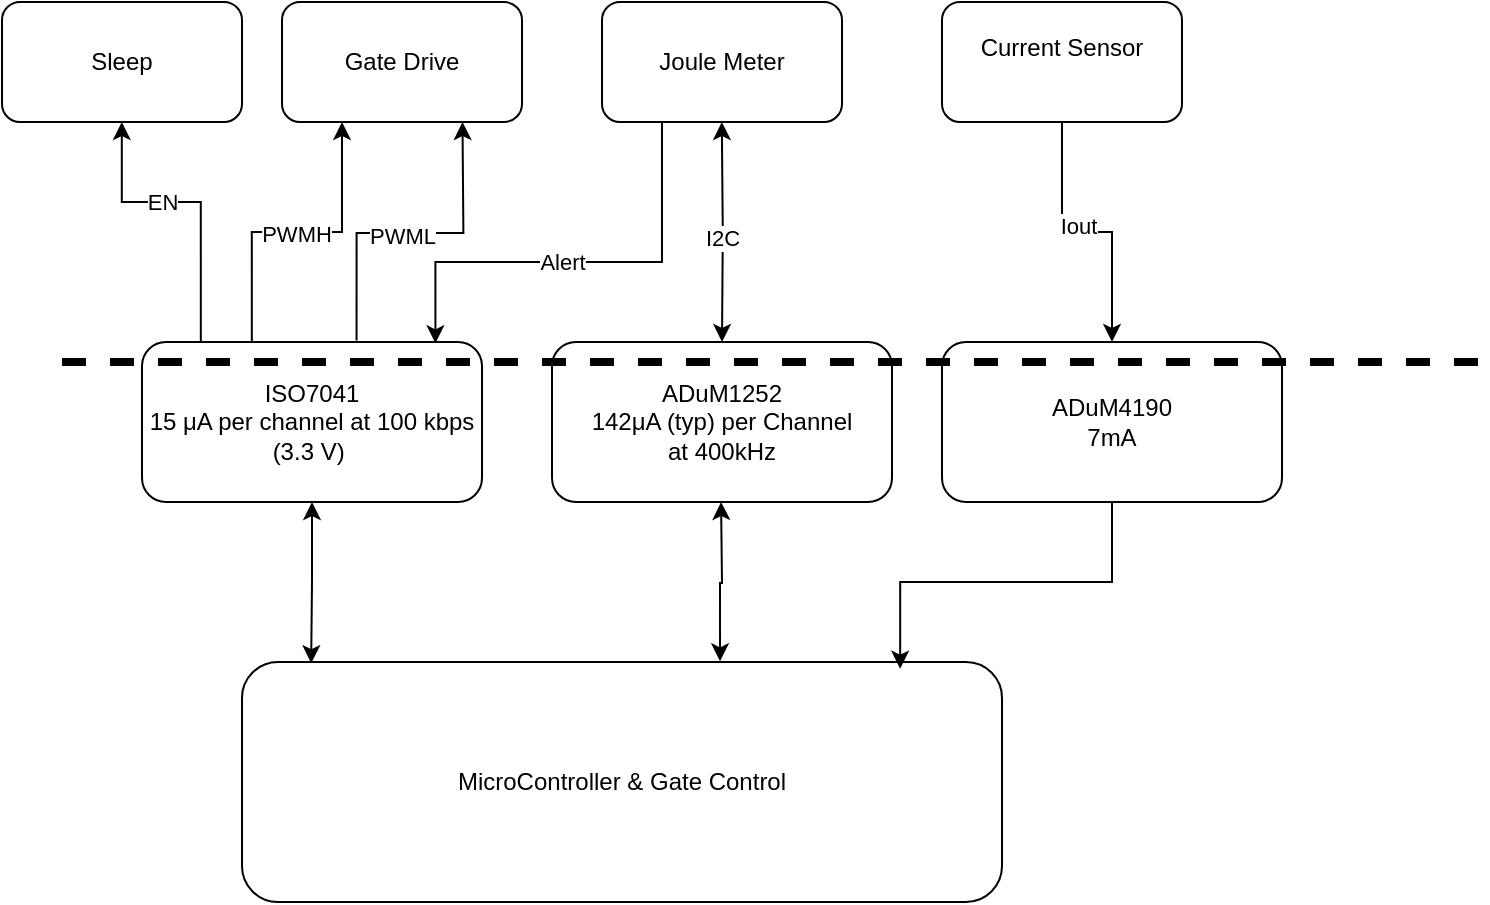
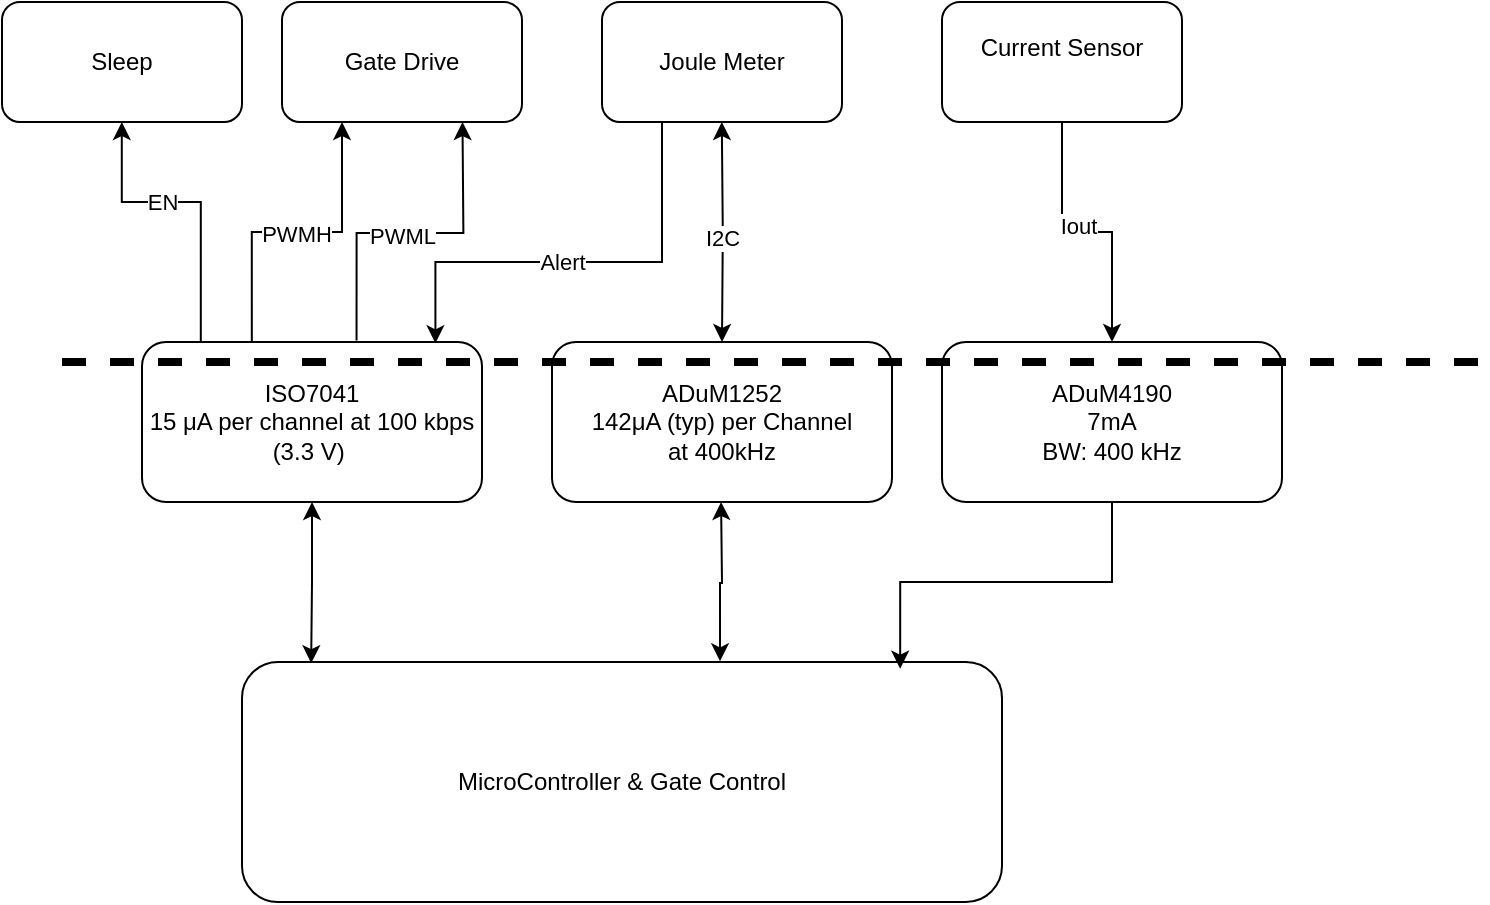
- <mxfile host="Electron" agent="Mozilla/5.0 (Windows NT 10.0; Win64; x64) AppleWebKit/537.36 (KHTML, like Gecko) draw.io/28.2.8 Chrome/140.0.7339.240 Electron/38.4.0 Safari/537.36" version="28.2.8">
+ <mxfile host="Electron" agent="Mozilla/5.0 (Windows NT 10.0; Win64; x64) AppleWebKit/537.36 (KHTML, like Gecko) draw.io/27.0.9 Chrome/134.0.6998.205 Electron/35.4.0 Safari/537.36" version="27.0.9">
  <diagram name="Page-1" id="d5h94j7oxQUs26A81DKD">
-     <mxGraphModel dx="1188" dy="736" grid="1" gridSize="10" guides="1" tooltips="1" connect="1" arrows="1" fold="1" page="1" pageScale="1" pageWidth="827" pageHeight="1169" math="0" shadow="0">
+     <mxGraphModel dx="1426" dy="841" grid="1" gridSize="10" guides="1" tooltips="1" connect="1" arrows="1" fold="1" page="1" pageScale="1" pageWidth="827" pageHeight="1169" math="0" shadow="0">
      <root>
        <mxCell id="0" />
        <mxCell id="1" parent="0" />
-         <mxCell id="Bap70pfjqkTkLz9fhn7Z-5" style="edgeStyle=orthogonalEdgeStyle;rounded=0;orthogonalLoop=1;jettySize=auto;html=1;exitX=0.25;exitY=1;exitDx=0;exitDy=0;startArrow=classic;startFill=1;endArrow=none;endFill=0;entryX=0.323;entryY=0.025;entryDx=0;entryDy=0;entryPerimeter=0;" edge="1" parent="1" source="Bap70pfjqkTkLz9fhn7Z-1" target="Bap70pfjqkTkLz9fhn7Z-16">
+         <mxCell id="Bap70pfjqkTkLz9fhn7Z-5" style="edgeStyle=orthogonalEdgeStyle;rounded=0;orthogonalLoop=1;jettySize=auto;html=1;exitX=0.25;exitY=1;exitDx=0;exitDy=0;startArrow=classic;startFill=1;endArrow=none;endFill=0;entryX=0.323;entryY=0.025;entryDx=0;entryDy=0;entryPerimeter=0;" parent="1" source="Bap70pfjqkTkLz9fhn7Z-1" target="Bap70pfjqkTkLz9fhn7Z-16" edge="1">
          <mxGeometry relative="1" as="geometry">
            <mxPoint x="199.75862068965512" y="240" as="targetPoint" />
          </mxGeometry>
        </mxCell>
-         <mxCell id="Bap70pfjqkTkLz9fhn7Z-7" value="PWMH" style="edgeLabel;html=1;align=center;verticalAlign=middle;resizable=0;points=[];" vertex="1" connectable="0" parent="Bap70pfjqkTkLz9fhn7Z-5">
+         <mxCell id="Bap70pfjqkTkLz9fhn7Z-7" value="PWMH" style="edgeLabel;html=1;align=center;verticalAlign=middle;resizable=0;points=[];" parent="Bap70pfjqkTkLz9fhn7Z-5" vertex="1" connectable="0">
          <mxGeometry x="0.1031" y="1" relative="1" as="geometry">
            <mxPoint x="8" as="offset" />
          </mxGeometry>
        </mxCell>
-         <mxCell id="Bap70pfjqkTkLz9fhn7Z-1" value="Gate Drive" style="rounded=1;whiteSpace=wrap;html=1;" vertex="1" parent="1">
+         <mxCell id="Bap70pfjqkTkLz9fhn7Z-1" value="Gate Drive" style="rounded=1;whiteSpace=wrap;html=1;" parent="1" vertex="1">
          <mxGeometry x="170" y="110" width="120" height="60" as="geometry" />
        </mxCell>
-         <mxCell id="Bap70pfjqkTkLz9fhn7Z-2" value="Joule Meter" style="rounded=1;whiteSpace=wrap;html=1;" vertex="1" parent="1">
+         <mxCell id="Bap70pfjqkTkLz9fhn7Z-2" value="Joule Meter" style="rounded=1;whiteSpace=wrap;html=1;" parent="1" vertex="1">
          <mxGeometry x="330" y="110" width="120" height="60" as="geometry" />
        </mxCell>
-         <mxCell id="Bap70pfjqkTkLz9fhn7Z-14" style="edgeStyle=orthogonalEdgeStyle;rounded=0;orthogonalLoop=1;jettySize=auto;html=1;entryX=0.5;entryY=0;entryDx=0;entryDy=0;" edge="1" parent="1" source="Bap70pfjqkTkLz9fhn7Z-3" target="Bap70pfjqkTkLz9fhn7Z-26">
+         <mxCell id="Bap70pfjqkTkLz9fhn7Z-14" style="edgeStyle=orthogonalEdgeStyle;rounded=0;orthogonalLoop=1;jettySize=auto;html=1;entryX=0.5;entryY=0;entryDx=0;entryDy=0;" parent="1" source="Bap70pfjqkTkLz9fhn7Z-3" target="Bap70pfjqkTkLz9fhn7Z-26" edge="1">
          <mxGeometry relative="1" as="geometry">
            <mxPoint x="560" y="240" as="targetPoint" />
          </mxGeometry>
        </mxCell>
-         <mxCell id="Bap70pfjqkTkLz9fhn7Z-15" value="Iout" style="edgeLabel;html=1;align=center;verticalAlign=middle;resizable=0;points=[];" vertex="1" connectable="0" parent="Bap70pfjqkTkLz9fhn7Z-14">
+         <mxCell id="Bap70pfjqkTkLz9fhn7Z-15" value="Iout" style="edgeLabel;html=1;align=center;verticalAlign=middle;resizable=0;points=[];" parent="Bap70pfjqkTkLz9fhn7Z-14" vertex="1" connectable="0">
          <mxGeometry x="-0.0256" y="3" relative="1" as="geometry">
            <mxPoint x="-3" as="offset" />
          </mxGeometry>
        </mxCell>
-         <mxCell id="Bap70pfjqkTkLz9fhn7Z-3" value="Current Sensor&lt;div&gt;&lt;br&gt;&lt;/div&gt;" style="rounded=1;whiteSpace=wrap;html=1;" vertex="1" parent="1">
+         <mxCell id="Bap70pfjqkTkLz9fhn7Z-3" value="Current Sensor&lt;div&gt;&lt;br&gt;&lt;/div&gt;" style="rounded=1;whiteSpace=wrap;html=1;" parent="1" vertex="1">
          <mxGeometry x="500" y="110" width="120" height="60" as="geometry" />
        </mxCell>
-         <mxCell id="Bap70pfjqkTkLz9fhn7Z-6" style="edgeStyle=orthogonalEdgeStyle;rounded=0;orthogonalLoop=1;jettySize=auto;html=1;exitX=0.25;exitY=1;exitDx=0;exitDy=0;startArrow=classic;startFill=1;endArrow=none;endFill=0;entryX=0.631;entryY=-0.009;entryDx=0;entryDy=0;entryPerimeter=0;" edge="1" parent="1" target="Bap70pfjqkTkLz9fhn7Z-16">
+         <mxCell id="Bap70pfjqkTkLz9fhn7Z-6" style="edgeStyle=orthogonalEdgeStyle;rounded=0;orthogonalLoop=1;jettySize=auto;html=1;exitX=0.25;exitY=1;exitDx=0;exitDy=0;startArrow=classic;startFill=1;endArrow=none;endFill=0;entryX=0.631;entryY=-0.009;entryDx=0;entryDy=0;entryPerimeter=0;" parent="1" target="Bap70pfjqkTkLz9fhn7Z-16" edge="1">
          <mxGeometry relative="1" as="geometry">
            <mxPoint x="260" y="240" as="targetPoint" />
            <mxPoint x="260.2413793103449" y="170" as="sourcePoint" />
          </mxGeometry>
        </mxCell>
-         <mxCell id="Bap70pfjqkTkLz9fhn7Z-8" value="PWML" style="edgeLabel;html=1;align=center;verticalAlign=middle;resizable=0;points=[];" vertex="1" connectable="0" parent="Bap70pfjqkTkLz9fhn7Z-6">
+         <mxCell id="Bap70pfjqkTkLz9fhn7Z-8" value="PWML" style="edgeLabel;html=1;align=center;verticalAlign=middle;resizable=0;points=[];" parent="Bap70pfjqkTkLz9fhn7Z-6" vertex="1" connectable="0">
          <mxGeometry x="-0.1386" y="-1" relative="1" as="geometry">
            <mxPoint x="-16" y="2" as="offset" />
          </mxGeometry>
        </mxCell>
-         <mxCell id="Bap70pfjqkTkLz9fhn7Z-9" style="edgeStyle=orthogonalEdgeStyle;rounded=0;orthogonalLoop=1;jettySize=auto;html=1;exitX=0.25;exitY=1;exitDx=0;exitDy=0;startArrow=classic;startFill=1;endArrow=classic;endFill=1;entryX=0.5;entryY=0;entryDx=0;entryDy=0;" edge="1" parent="1" target="Bap70pfjqkTkLz9fhn7Z-19">
+         <mxCell id="Bap70pfjqkTkLz9fhn7Z-9" style="edgeStyle=orthogonalEdgeStyle;rounded=0;orthogonalLoop=1;jettySize=auto;html=1;exitX=0.25;exitY=1;exitDx=0;exitDy=0;startArrow=classic;startFill=1;endArrow=classic;endFill=1;entryX=0.5;entryY=0;entryDx=0;entryDy=0;" parent="1" target="Bap70pfjqkTkLz9fhn7Z-19" edge="1">
          <mxGeometry relative="1" as="geometry">
            <mxPoint x="389.65999999999997" y="240" as="targetPoint" />
            <mxPoint x="389.90137931034485" y="170" as="sourcePoint" />
          </mxGeometry>
        </mxCell>
-         <mxCell id="Bap70pfjqkTkLz9fhn7Z-10" value="I2C" style="edgeLabel;html=1;align=center;verticalAlign=middle;resizable=0;points=[];" vertex="1" connectable="0" parent="Bap70pfjqkTkLz9fhn7Z-9">
+         <mxCell id="Bap70pfjqkTkLz9fhn7Z-10" value="I2C" style="edgeLabel;html=1;align=center;verticalAlign=middle;resizable=0;points=[];" parent="Bap70pfjqkTkLz9fhn7Z-9" vertex="1" connectable="0">
          <mxGeometry x="-0.1386" y="-1" relative="1" as="geometry">
            <mxPoint y="10" as="offset" />
          </mxGeometry>
        </mxCell>
-         <mxCell id="Bap70pfjqkTkLz9fhn7Z-11" value="Sleep" style="rounded=1;whiteSpace=wrap;html=1;" vertex="1" parent="1">
+         <mxCell id="Bap70pfjqkTkLz9fhn7Z-11" value="Sleep" style="rounded=1;whiteSpace=wrap;html=1;" parent="1" vertex="1">
          <mxGeometry x="30" y="110" width="120" height="60" as="geometry" />
        </mxCell>
-         <mxCell id="Bap70pfjqkTkLz9fhn7Z-12" style="edgeStyle=orthogonalEdgeStyle;rounded=0;orthogonalLoop=1;jettySize=auto;html=1;exitX=0.25;exitY=1;exitDx=0;exitDy=0;startArrow=classic;startFill=1;endArrow=none;endFill=0;entryX=0.173;entryY=0;entryDx=0;entryDy=0;entryPerimeter=0;" edge="1" parent="1" target="Bap70pfjqkTkLz9fhn7Z-16">
+         <mxCell id="Bap70pfjqkTkLz9fhn7Z-12" style="edgeStyle=orthogonalEdgeStyle;rounded=0;orthogonalLoop=1;jettySize=auto;html=1;exitX=0.25;exitY=1;exitDx=0;exitDy=0;startArrow=classic;startFill=1;endArrow=none;endFill=0;entryX=0.173;entryY=0;entryDx=0;entryDy=0;entryPerimeter=0;" parent="1" target="Bap70pfjqkTkLz9fhn7Z-16" edge="1">
          <mxGeometry relative="1" as="geometry">
            <mxPoint x="89.66" y="240" as="targetPoint" />
            <mxPoint x="89.90137931034488" y="170" as="sourcePoint" />
            <Array as="points">
              <mxPoint x="90" y="210" />
              <mxPoint x="129" y="210" />
            </Array>
          </mxGeometry>
        </mxCell>
-         <mxCell id="Bap70pfjqkTkLz9fhn7Z-13" value="&lt;span style=&quot;background-color: light-dark(#ffffff, var(--ge-dark-color, #121212)); color: light-dark(rgb(0, 0, 0), rgb(255, 255, 255));&quot;&gt;EN&lt;/span&gt;" style="edgeLabel;html=1;align=center;verticalAlign=middle;resizable=0;points=[];" vertex="1" connectable="0" parent="Bap70pfjqkTkLz9fhn7Z-12">
+         <mxCell id="Bap70pfjqkTkLz9fhn7Z-13" value="&lt;span style=&quot;background-color: light-dark(#ffffff, var(--ge-dark-color, #121212)); color: light-dark(rgb(0, 0, 0), rgb(255, 255, 255));&quot;&gt;EN&lt;/span&gt;" style="edgeLabel;html=1;align=center;verticalAlign=middle;resizable=0;points=[];" parent="Bap70pfjqkTkLz9fhn7Z-12" vertex="1" connectable="0">
          <mxGeometry x="-0.1386" y="-1" relative="1" as="geometry">
            <mxPoint x="-5" y="-1" as="offset" />
          </mxGeometry>
        </mxCell>
-         <mxCell id="Bap70pfjqkTkLz9fhn7Z-23" style="edgeStyle=orthogonalEdgeStyle;rounded=0;orthogonalLoop=1;jettySize=auto;html=1;exitX=0.5;exitY=1;exitDx=0;exitDy=0;startArrow=classic;startFill=1;entryX=0.091;entryY=0.005;entryDx=0;entryDy=0;entryPerimeter=0;" edge="1" parent="1" source="Bap70pfjqkTkLz9fhn7Z-16" target="Bap70pfjqkTkLz9fhn7Z-24">
+         <mxCell id="Bap70pfjqkTkLz9fhn7Z-23" style="edgeStyle=orthogonalEdgeStyle;rounded=0;orthogonalLoop=1;jettySize=auto;html=1;exitX=0.5;exitY=1;exitDx=0;exitDy=0;startArrow=classic;startFill=1;entryX=0.091;entryY=0.005;entryDx=0;entryDy=0;entryPerimeter=0;" parent="1" source="Bap70pfjqkTkLz9fhn7Z-16" target="Bap70pfjqkTkLz9fhn7Z-24" edge="1">
          <mxGeometry relative="1" as="geometry">
            <mxPoint x="185" y="440" as="targetPoint" />
          </mxGeometry>
        </mxCell>
-         <mxCell id="Bap70pfjqkTkLz9fhn7Z-16" value="ISO7041&lt;div&gt;15 μA per channel at 100 kbps (3.3 V)&amp;nbsp;&lt;/div&gt;" style="rounded=1;whiteSpace=wrap;html=1;" vertex="1" parent="1">
+         <mxCell id="Bap70pfjqkTkLz9fhn7Z-16" value="ISO7041&lt;div&gt;15 μA per channel at 100 kbps (3.3 V)&amp;nbsp;&lt;/div&gt;" style="rounded=1;whiteSpace=wrap;html=1;" parent="1" vertex="1">
          <mxGeometry x="100" y="280" width="170" height="80" as="geometry" />
        </mxCell>
-         <mxCell id="Bap70pfjqkTkLz9fhn7Z-17" style="edgeStyle=orthogonalEdgeStyle;rounded=0;orthogonalLoop=1;jettySize=auto;html=1;exitX=0.25;exitY=1;exitDx=0;exitDy=0;entryX=0.863;entryY=0.008;entryDx=0;entryDy=0;entryPerimeter=0;" edge="1" parent="1" source="Bap70pfjqkTkLz9fhn7Z-2" target="Bap70pfjqkTkLz9fhn7Z-16">
+         <mxCell id="Bap70pfjqkTkLz9fhn7Z-17" style="edgeStyle=orthogonalEdgeStyle;rounded=0;orthogonalLoop=1;jettySize=auto;html=1;exitX=0.25;exitY=1;exitDx=0;exitDy=0;entryX=0.863;entryY=0.008;entryDx=0;entryDy=0;entryPerimeter=0;" parent="1" source="Bap70pfjqkTkLz9fhn7Z-2" target="Bap70pfjqkTkLz9fhn7Z-16" edge="1">
          <mxGeometry relative="1" as="geometry">
            <Array as="points">
              <mxPoint x="360" y="240" />
              <mxPoint x="247" y="240" />
            </Array>
          </mxGeometry>
        </mxCell>
-         <mxCell id="Bap70pfjqkTkLz9fhn7Z-18" value="Alert" style="edgeLabel;html=1;align=center;verticalAlign=middle;resizable=0;points=[];" vertex="1" connectable="0" parent="Bap70pfjqkTkLz9fhn7Z-17">
+         <mxCell id="Bap70pfjqkTkLz9fhn7Z-18" value="Alert" style="edgeLabel;html=1;align=center;verticalAlign=middle;resizable=0;points=[];" parent="Bap70pfjqkTkLz9fhn7Z-17" vertex="1" connectable="0">
          <mxGeometry x="-0.0888" y="3" relative="1" as="geometry">
            <mxPoint x="-18" y="-3" as="offset" />
          </mxGeometry>
        </mxCell>
-         <mxCell id="Bap70pfjqkTkLz9fhn7Z-19" value="&lt;span style=&quot;color: rgba(0, 0, 0, 0); font-family: monospace; font-size: 0px; text-align: start; text-wrap-mode: nowrap;&quot;&gt;ADuM1252ss&lt;/span&gt;" style="rounded=1;whiteSpace=wrap;html=1;" vertex="1" parent="1">
+         <mxCell id="Bap70pfjqkTkLz9fhn7Z-19" value="&lt;span style=&quot;color: rgba(0, 0, 0, 0); font-family: monospace; font-size: 0px; text-align: start; text-wrap-mode: nowrap;&quot;&gt;ADuM1252ss&lt;/span&gt;" style="rounded=1;whiteSpace=wrap;html=1;" parent="1" vertex="1">
          <mxGeometry x="305" y="280" width="170" height="80" as="geometry" />
        </mxCell>
-         <mxCell id="Bap70pfjqkTkLz9fhn7Z-22" value="ADuM1252&lt;br&gt;142μA (typ) per Channel at 400kHz" style="text;html=1;whiteSpace=wrap;strokeColor=none;fillColor=none;align=center;verticalAlign=middle;rounded=0;" vertex="1" parent="1">
+         <mxCell id="Bap70pfjqkTkLz9fhn7Z-22" value="ADuM1252&lt;br&gt;142μA (typ) per Channel at 400kHz" style="text;html=1;whiteSpace=wrap;strokeColor=none;fillColor=none;align=center;verticalAlign=middle;rounded=0;" parent="1" vertex="1">
          <mxGeometry x="320" y="295" width="140" height="50" as="geometry" />
        </mxCell>
-         <mxCell id="Bap70pfjqkTkLz9fhn7Z-24" value="MicroController &amp;amp; Gate Control" style="rounded=1;whiteSpace=wrap;html=1;" vertex="1" parent="1">
+         <mxCell id="Bap70pfjqkTkLz9fhn7Z-24" value="MicroController &amp;amp; Gate Control" style="rounded=1;whiteSpace=wrap;html=1;" parent="1" vertex="1">
          <mxGeometry x="150" y="440" width="380" height="120" as="geometry" />
        </mxCell>
-         <mxCell id="Bap70pfjqkTkLz9fhn7Z-25" style="edgeStyle=orthogonalEdgeStyle;rounded=0;orthogonalLoop=1;jettySize=auto;html=1;exitX=0.5;exitY=1;exitDx=0;exitDy=0;entryX=0.629;entryY=-0.003;entryDx=0;entryDy=0;entryPerimeter=0;startArrow=classic;startFill=1;" edge="1" parent="1" target="Bap70pfjqkTkLz9fhn7Z-24">
+         <mxCell id="Bap70pfjqkTkLz9fhn7Z-25" style="edgeStyle=orthogonalEdgeStyle;rounded=0;orthogonalLoop=1;jettySize=auto;html=1;exitX=0.5;exitY=1;exitDx=0;exitDy=0;entryX=0.629;entryY=-0.003;entryDx=0;entryDy=0;entryPerimeter=0;startArrow=classic;startFill=1;" parent="1" target="Bap70pfjqkTkLz9fhn7Z-24" edge="1">
          <mxGeometry relative="1" as="geometry">
            <mxPoint x="389.54" y="360" as="sourcePoint" />
            <mxPoint x="390.46" y="440.6" as="targetPoint" />
          </mxGeometry>
        </mxCell>
-         <mxCell id="Bap70pfjqkTkLz9fhn7Z-26" value="&lt;span style=&quot;color: rgba(0, 0, 0, 0); font-family: monospace; font-size: 0px; text-align: start; text-wrap-mode: nowrap;&quot;&gt;ADuM1252ss&lt;/span&gt;" style="rounded=1;whiteSpace=wrap;html=1;" vertex="1" parent="1">
+         <mxCell id="Bap70pfjqkTkLz9fhn7Z-26" value="&lt;span style=&quot;color: rgba(0, 0, 0, 0); font-family: monospace; font-size: 0px; text-align: start; text-wrap-mode: nowrap;&quot;&gt;ADuM1252ss&lt;/span&gt;" style="rounded=1;whiteSpace=wrap;html=1;" parent="1" vertex="1">
          <mxGeometry x="500" y="280" width="170" height="80" as="geometry" />
        </mxCell>
-         <mxCell id="Bap70pfjqkTkLz9fhn7Z-27" value="ADuM4190&lt;br&gt;7mA" style="text;html=1;whiteSpace=wrap;strokeColor=none;fillColor=none;align=center;verticalAlign=middle;rounded=0;" vertex="1" parent="1">
+         <mxCell id="Bap70pfjqkTkLz9fhn7Z-27" value="ADuM4190&lt;br&gt;7mA&lt;div&gt;BW: 400 kHz&lt;/div&gt;" style="text;html=1;whiteSpace=wrap;strokeColor=none;fillColor=none;align=center;verticalAlign=middle;rounded=0;" parent="1" vertex="1">
          <mxGeometry x="515" y="295" width="140" height="50" as="geometry" />
        </mxCell>
-         <mxCell id="Bap70pfjqkTkLz9fhn7Z-30" style="edgeStyle=orthogonalEdgeStyle;rounded=0;orthogonalLoop=1;jettySize=auto;html=1;exitX=0.5;exitY=1;exitDx=0;exitDy=0;entryX=0.866;entryY=0.028;entryDx=0;entryDy=0;entryPerimeter=0;" edge="1" parent="1" source="Bap70pfjqkTkLz9fhn7Z-26" target="Bap70pfjqkTkLz9fhn7Z-24">
+         <mxCell id="Bap70pfjqkTkLz9fhn7Z-30" style="edgeStyle=orthogonalEdgeStyle;rounded=0;orthogonalLoop=1;jettySize=auto;html=1;exitX=0.5;exitY=1;exitDx=0;exitDy=0;entryX=0.866;entryY=0.028;entryDx=0;entryDy=0;entryPerimeter=0;" parent="1" source="Bap70pfjqkTkLz9fhn7Z-26" target="Bap70pfjqkTkLz9fhn7Z-24" edge="1">
          <mxGeometry relative="1" as="geometry" />
        </mxCell>
-         <mxCell id="Bap70pfjqkTkLz9fhn7Z-31" value="" style="endArrow=none;dashed=1;html=1;rounded=0;strokeWidth=4;" edge="1" parent="1">
+         <mxCell id="Bap70pfjqkTkLz9fhn7Z-31" value="" style="endArrow=none;dashed=1;html=1;rounded=0;strokeWidth=4;" parent="1" edge="1">
          <mxGeometry width="50" height="50" relative="1" as="geometry">
            <mxPoint x="60" y="290" as="sourcePoint" />
            <mxPoint x="770" y="290" as="targetPoint" />
          </mxGeometry>
        </mxCell>
      </root>
    </mxGraphModel>
  </diagram>
</mxfile>
